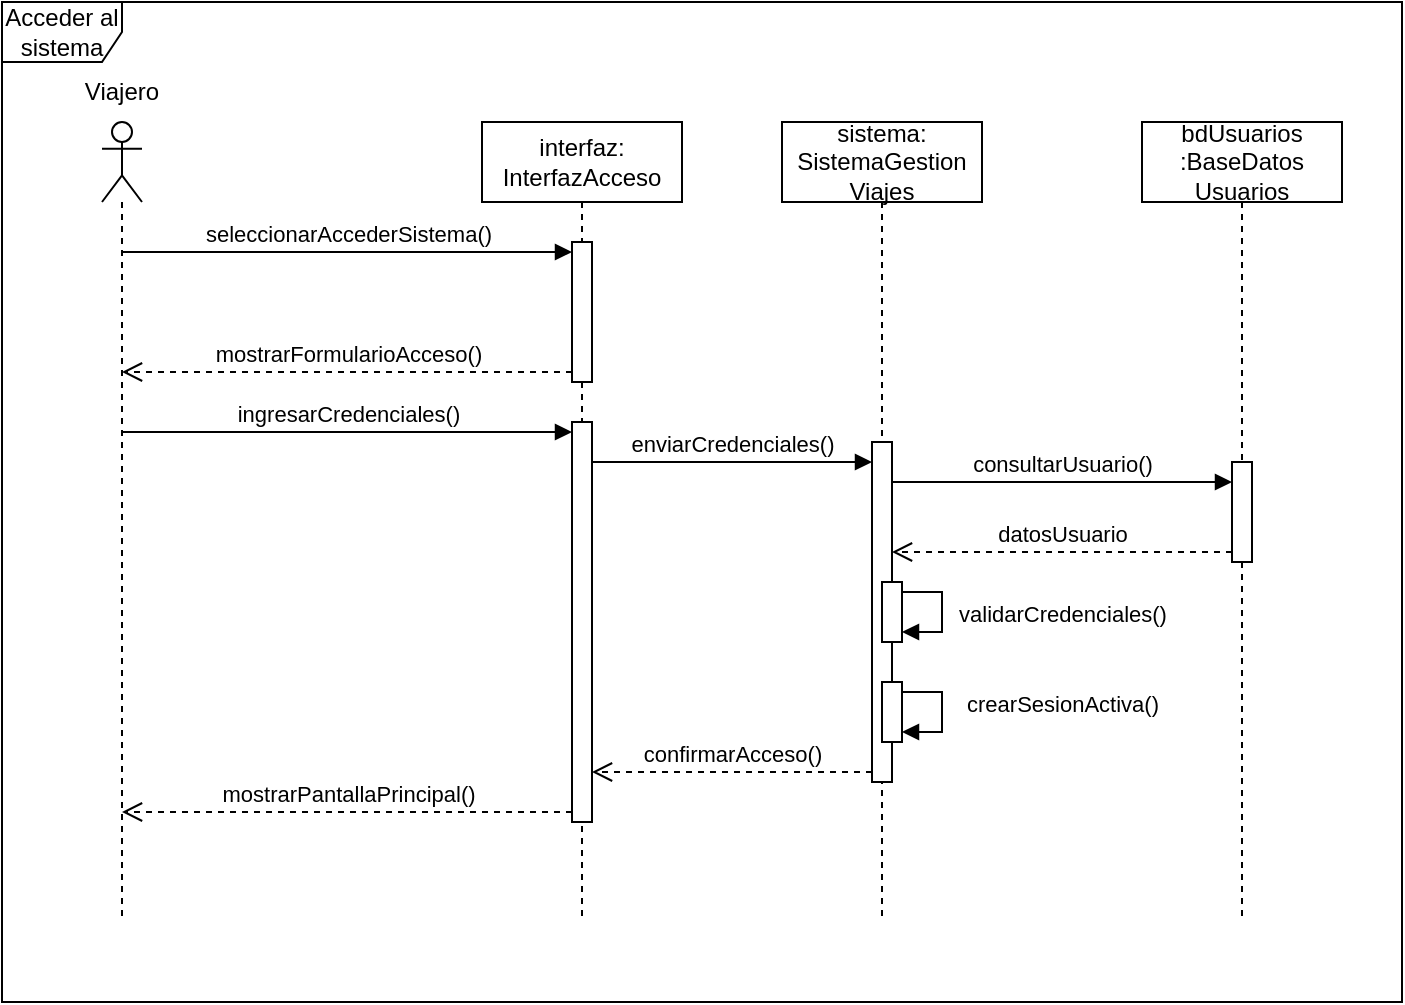
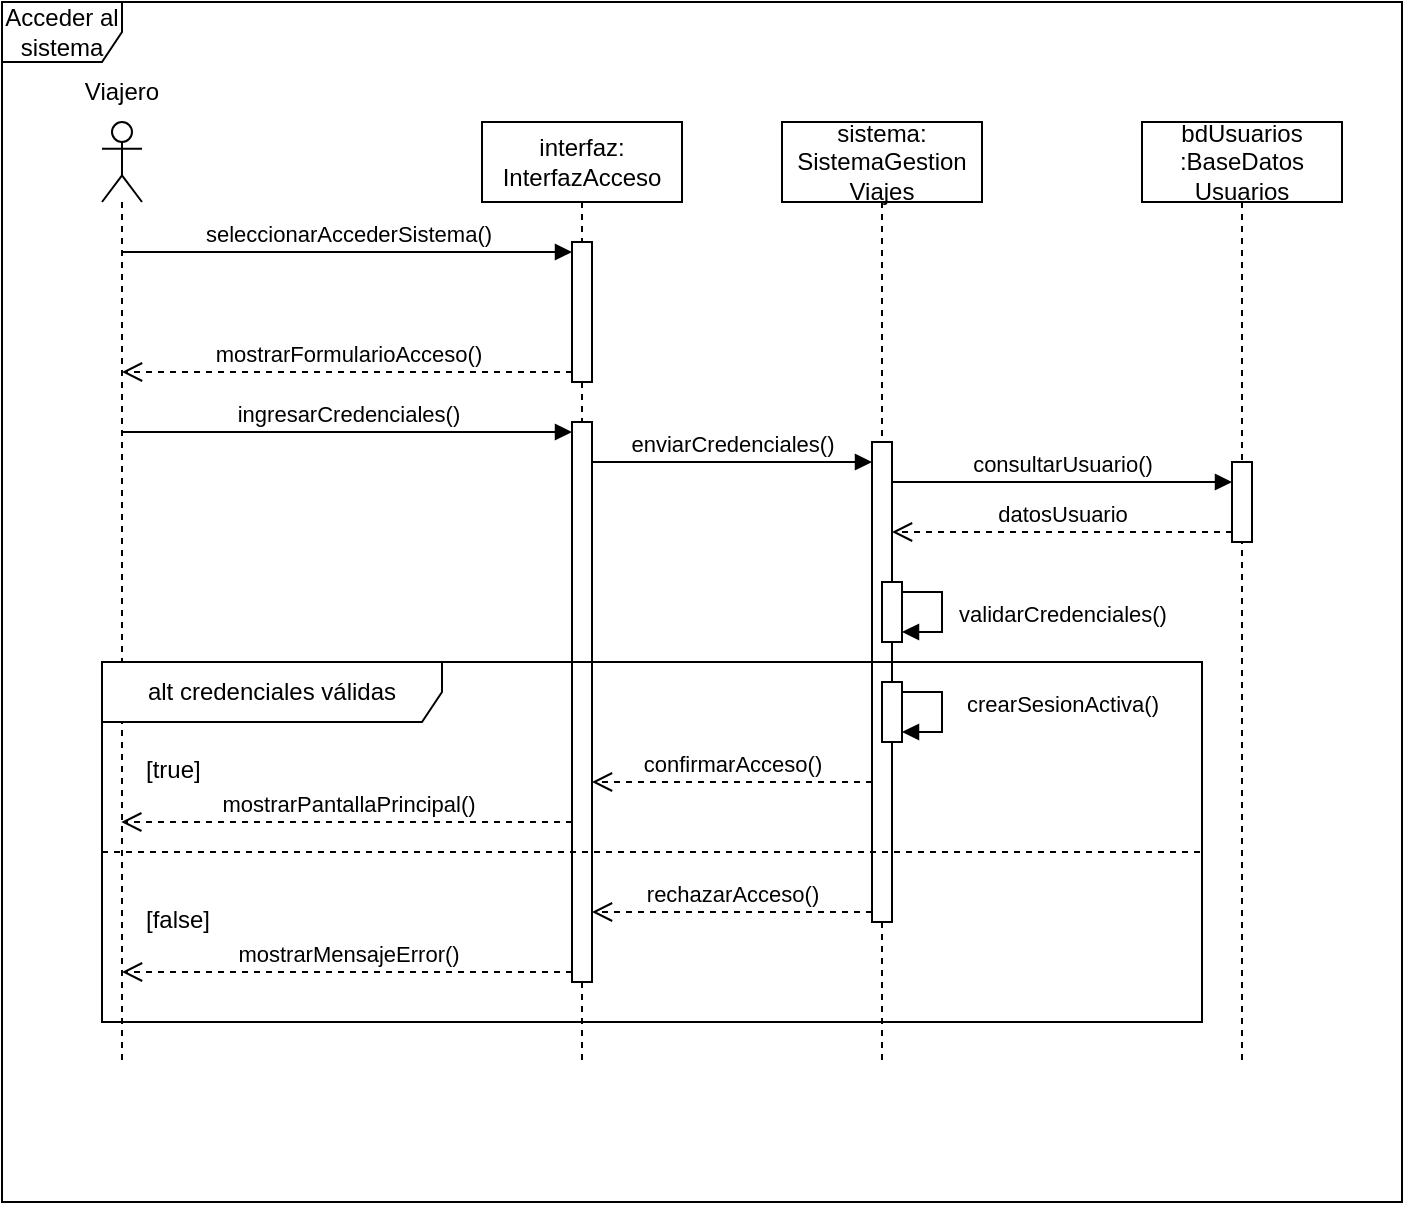
<mxfile host="app.diagrams.net">
  <diagram name="Page-1" id="XoSe4Bvsa1zk3Fma54D0">
-     <mxGraphModel dx="731" dy="512" grid="1" gridSize="10" guides="1" tooltips="1" connect="1" arrows="1" fold="1" page="1" pageScale="1" pageWidth="850" pageHeight="1100" math="0" shadow="0">
+     <mxGraphModel dx="1068" dy="748" grid="1" gridSize="10" guides="1" tooltips="1" connect="1" arrows="1" fold="1" page="1" pageScale="1" pageWidth="850" pageHeight="1100" math="0" shadow="0">
      <root>
        <mxCell id="0" />
        <mxCell id="1" parent="0" />
        <mxCell id="zznDNYEqhcvfvObnSjIi-2" parent="1" style="shape=umlFrame;whiteSpace=wrap;html=1;pointerEvents=0;" value="Acceder al sistema" vertex="1">
-           <mxGeometry height="500" width="700" x="210" y="150" as="geometry" />
+           <mxGeometry height="600" width="700" x="210" y="150" as="geometry" />
        </mxCell>
        <mxCell id="zznDNYEqhcvfvObnSjIi-3" parent="1" style="shape=umlLifeline;perimeter=lifelinePerimeter;whiteSpace=wrap;html=1;container=1;dropTarget=0;collapsible=0;recursiveResize=0;outlineConnect=0;portConstraint=eastwest;newEdgeStyle={&quot;curved&quot;:0,&quot;rounded&quot;:0};participant=umlActor;" value="" vertex="1">
-           <mxGeometry height="400" width="20" x="260" y="210" as="geometry" />
+           <mxGeometry height="470" width="20" x="260" y="210" as="geometry" />
        </mxCell>
        <mxCell id="zznDNYEqhcvfvObnSjIi-5" parent="1" style="shape=umlLifeline;perimeter=lifelinePerimeter;whiteSpace=wrap;html=1;container=1;dropTarget=0;collapsible=0;recursiveResize=0;outlineConnect=0;portConstraint=eastwest;newEdgeStyle={&quot;curved&quot;:0,&quot;rounded&quot;:0};" value="&lt;div&gt;interfaz:&lt;/div&gt;&lt;div&gt;InterfazAcceso&lt;/div&gt;" vertex="1">
-           <mxGeometry height="400" width="100" x="450" y="210" as="geometry" />
+           <mxGeometry height="470" width="100" x="450" y="210" as="geometry" />
        </mxCell>
        <mxCell id="zznDNYEqhcvfvObnSjIi-15" parent="zznDNYEqhcvfvObnSjIi-5" style="html=1;points=[[0,0,0,0,5],[0,1,0,0,-5],[1,0,0,0,5],[1,1,0,0,-5]];perimeter=orthogonalPerimeter;outlineConnect=0;targetShapes=umlLifeline;portConstraint=eastwest;newEdgeStyle={&quot;curved&quot;:0,&quot;rounded&quot;:0};" value="" vertex="1">
          <mxGeometry height="70" width="10" x="45" y="60" as="geometry" />
        </mxCell>
        <mxCell id="zznDNYEqhcvfvObnSjIi-23" parent="zznDNYEqhcvfvObnSjIi-5" style="html=1;points=[[0,0,0,0,5],[0,1,0,0,-5],[1,0,0,0,5],[1,1,0,0,-5]];perimeter=orthogonalPerimeter;outlineConnect=0;targetShapes=umlLifeline;portConstraint=eastwest;newEdgeStyle={&quot;curved&quot;:0,&quot;rounded&quot;:0};" value="" vertex="1">
-           <mxGeometry height="200" width="10" x="45" y="150" as="geometry" />
+           <mxGeometry height="280" width="10" x="45" y="150" as="geometry" />
        </mxCell>
        <mxCell id="zznDNYEqhcvfvObnSjIi-6" parent="1" style="shape=umlLifeline;perimeter=lifelinePerimeter;whiteSpace=wrap;html=1;container=1;dropTarget=0;collapsible=0;recursiveResize=0;outlineConnect=0;portConstraint=eastwest;newEdgeStyle={&quot;curved&quot;:0,&quot;rounded&quot;:0};" value="&lt;div&gt;sistema:&lt;/div&gt;&lt;div&gt;SistemaGestion&lt;/div&gt;&lt;div&gt;Viajes&lt;/div&gt;" vertex="1">
-           <mxGeometry height="400" width="100" x="600" y="210" as="geometry" />
+           <mxGeometry height="470" width="100" x="600" y="210" as="geometry" />
        </mxCell>
        <mxCell id="zznDNYEqhcvfvObnSjIi-26" parent="zznDNYEqhcvfvObnSjIi-6" style="html=1;points=[[0,0,0,0,5],[0,1,0,0,-5],[1,0,0,0,5],[1,1,0,0,-5]];perimeter=orthogonalPerimeter;outlineConnect=0;targetShapes=umlLifeline;portConstraint=eastwest;newEdgeStyle={&quot;curved&quot;:0,&quot;rounded&quot;:0};" value="" vertex="1">
-           <mxGeometry height="170" width="10" x="45" y="160" as="geometry" />
+           <mxGeometry height="240" width="10" x="45" y="160" as="geometry" />
        </mxCell>
        <mxCell id="45dRcC3L5t74qwIQxNL3-1" parent="zznDNYEqhcvfvObnSjIi-6" style="html=1;points=[[0,0,0,0,5],[0,1,0,0,-5],[1,0,0,0,5],[1,1,0,0,-5]];perimeter=orthogonalPerimeter;outlineConnect=0;targetShapes=umlLifeline;portConstraint=eastwest;newEdgeStyle={&quot;curved&quot;:0,&quot;rounded&quot;:0};" value="" vertex="1">
          <mxGeometry height="30" width="10" x="50" y="230" as="geometry" />
        </mxCell>
        <mxCell id="45dRcC3L5t74qwIQxNL3-2" edge="1" parent="zznDNYEqhcvfvObnSjIi-6" source="45dRcC3L5t74qwIQxNL3-1" style="html=1;verticalAlign=bottom;endArrow=block;curved=0;rounded=0;exitX=1;exitY=0;exitDx=0;exitDy=5;exitPerimeter=0;" target="45dRcC3L5t74qwIQxNL3-1" value="validarCredenciales()">
          <mxGeometry relative="1" width="80" x="0.3333" y="-60" as="geometry">
            <mxPoint x="60" y="60" as="offset" />
            <mxPoint x="70" y="250" as="sourcePoint" />
            <mxPoint x="150" y="250" as="targetPoint" />
          </mxGeometry>
        </mxCell>
        <mxCell id="45dRcC3L5t74qwIQxNL3-3" parent="zznDNYEqhcvfvObnSjIi-6" style="html=1;points=[[0,0,0,0,5],[0,1,0,0,-5],[1,0,0,0,5],[1,1,0,0,-5]];perimeter=orthogonalPerimeter;outlineConnect=0;targetShapes=umlLifeline;portConstraint=eastwest;newEdgeStyle={&quot;curved&quot;:0,&quot;rounded&quot;:0};" value="" vertex="1">
          <mxGeometry height="30" width="10" x="50" y="280" as="geometry" />
        </mxCell>
        <mxCell id="45dRcC3L5t74qwIQxNL3-4" edge="1" parent="zznDNYEqhcvfvObnSjIi-6" source="45dRcC3L5t74qwIQxNL3-3" style="html=1;verticalAlign=bottom;endArrow=block;curved=0;rounded=0;entryX=1;entryY=1;entryDx=0;entryDy=-5;entryPerimeter=0;" target="45dRcC3L5t74qwIQxNL3-3" value="crearSesionActiva()">
          <mxGeometry relative="1" width="80" x="0.1667" y="60" as="geometry">
            <mxPoint as="offset" />
            <mxPoint x="30" y="300" as="sourcePoint" />
            <mxPoint x="110" y="300" as="targetPoint" />
          </mxGeometry>
        </mxCell>
        <mxCell id="zznDNYEqhcvfvObnSjIi-7" parent="1" style="shape=umlLifeline;perimeter=lifelinePerimeter;whiteSpace=wrap;html=1;container=1;dropTarget=0;collapsible=0;recursiveResize=0;outlineConnect=0;portConstraint=eastwest;newEdgeStyle={&quot;curved&quot;:0,&quot;rounded&quot;:0};" value="bdUsuarios&lt;div&gt;:BaseDatos&lt;/div&gt;&lt;div&gt;Usuarios&lt;/div&gt;" vertex="1">
-           <mxGeometry height="400" width="100" x="780" y="210" as="geometry" />
+           <mxGeometry height="470" width="100" x="780" y="210" as="geometry" />
        </mxCell>
        <mxCell id="zznDNYEqhcvfvObnSjIi-28" parent="zznDNYEqhcvfvObnSjIi-7" style="html=1;points=[[0,0,0,0,5],[0,1,0,0,-5],[1,0,0,0,5],[1,1,0,0,-5]];perimeter=orthogonalPerimeter;outlineConnect=0;targetShapes=umlLifeline;portConstraint=eastwest;newEdgeStyle={&quot;curved&quot;:0,&quot;rounded&quot;:0};" value="" vertex="1">
-           <mxGeometry height="50" width="10" x="45" y="170" as="geometry" />
+           <mxGeometry height="40" width="10" x="45" y="170" as="geometry" />
        </mxCell>
        <mxCell id="zznDNYEqhcvfvObnSjIi-20" edge="1" parent="1" source="zznDNYEqhcvfvObnSjIi-3" style="html=1;verticalAlign=bottom;endArrow=block;curved=0;rounded=0;entryX=0;entryY=0;entryDx=0;entryDy=5;entryPerimeter=0;" target="zznDNYEqhcvfvObnSjIi-15" value="seleccionarAccederSistema()">
          <mxGeometry relative="1" width="80" as="geometry">
            <mxPoint x="274.9999999999999" y="275" as="sourcePoint" />
            <mxPoint x="410" y="360" as="targetPoint" />
          </mxGeometry>
        </mxCell>
        <mxCell id="zznDNYEqhcvfvObnSjIi-22" edge="1" parent="1" source="zznDNYEqhcvfvObnSjIi-15" style="html=1;verticalAlign=bottom;endArrow=open;dashed=1;endSize=8;curved=0;rounded=0;exitX=0;exitY=1;exitDx=0;exitDy=-5;exitPerimeter=0;" target="zznDNYEqhcvfvObnSjIi-3" value="mostrarFormularioAcceso()">
          <mxGeometry relative="1" as="geometry">
            <mxPoint x="520" y="340" as="sourcePoint" />
            <mxPoint x="274.9999999999999" y="335" as="targetPoint" />
          </mxGeometry>
        </mxCell>
        <mxCell id="zznDNYEqhcvfvObnSjIi-24" edge="1" parent="1" source="zznDNYEqhcvfvObnSjIi-3" style="html=1;verticalAlign=bottom;endArrow=block;curved=0;rounded=0;entryX=0;entryY=0;entryDx=0;entryDy=5;entryPerimeter=0;" target="zznDNYEqhcvfvObnSjIi-23" value="ingresarCredenciales()">
          <mxGeometry relative="1" width="80" as="geometry">
            <mxPoint x="274.9999999999999" y="365" as="sourcePoint" />
            <mxPoint x="490" y="360" as="targetPoint" />
          </mxGeometry>
        </mxCell>
        <mxCell id="zznDNYEqhcvfvObnSjIi-25" edge="1" parent="1" source="zznDNYEqhcvfvObnSjIi-23" style="html=1;verticalAlign=bottom;endArrow=block;curved=0;rounded=0;" value="enviarCredenciales()">
          <mxGeometry relative="1" width="80" as="geometry">
            <mxPoint x="505" y="380" as="sourcePoint" />
            <mxPoint x="645" y="380" as="targetPoint" />
          </mxGeometry>
        </mxCell>
        <mxCell id="zznDNYEqhcvfvObnSjIi-27" edge="1" parent="1" style="html=1;verticalAlign=bottom;endArrow=block;curved=0;rounded=0;" target="zznDNYEqhcvfvObnSjIi-28" value="consultarUsuario()">
          <mxGeometry relative="1" width="80" as="geometry">
            <mxPoint x="655" y="390" as="sourcePoint" />
            <mxPoint x="765" y="390" as="targetPoint" />
          </mxGeometry>
        </mxCell>
        <mxCell id="zznDNYEqhcvfvObnSjIi-29" edge="1" parent="1" source="zznDNYEqhcvfvObnSjIi-28" style="html=1;verticalAlign=bottom;endArrow=open;dashed=1;endSize=8;curved=0;rounded=0;exitX=0;exitY=1;exitDx=0;exitDy=-5;exitPerimeter=0;" target="zznDNYEqhcvfvObnSjIi-26" value="&lt;span&gt;datosUsuario&lt;/span&gt;">
          <mxGeometry relative="1" as="geometry">
            <mxPoint x="620" y="370" as="sourcePoint" />
            <mxPoint x="540" y="370" as="targetPoint" />
          </mxGeometry>
        </mxCell>
-         <mxCell id="45dRcC3L5t74qwIQxNL3-5" edge="1" parent="1" source="zznDNYEqhcvfvObnSjIi-26" style="html=1;verticalAlign=bottom;endArrow=open;dashed=1;endSize=8;curved=0;rounded=0;exitX=0;exitY=1;exitDx=0;exitDy=-5;exitPerimeter=0;" target="zznDNYEqhcvfvObnSjIi-23" value="confirmarAcceso()">
-           <mxGeometry relative="1" as="geometry">
-             <mxPoint x="670" y="500" as="sourcePoint" />
-             <mxPoint x="590" y="500" as="targetPoint" />
+         <mxCell id="45dRcC3L5t74qwIQxNL3-7" parent="1" style="text;html=1;whiteSpace=wrap;strokeColor=none;fillColor=none;align=center;verticalAlign=middle;rounded=0;" value="Viajero" vertex="1">
+           <mxGeometry height="30" width="60" x="240" y="180" as="geometry" />
+         </mxCell>
+         <mxCell id="TmUIBBwxW0E9iePTjsqF-2" parent="1" style="shape=umlFrame;whiteSpace=wrap;html=1;pointerEvents=0;recursiveResize=0;container=1;collapsible=0;width=170;" value="alt credenciales válidas" vertex="1">
+           <mxGeometry height="180" width="550" x="260" y="480" as="geometry" />
+         </mxCell>
+         <mxCell id="TmUIBBwxW0E9iePTjsqF-3" parent="TmUIBBwxW0E9iePTjsqF-2" style="text;html=1;" value="[true]" vertex="1">
+           <mxGeometry height="20" relative="1" width="100" as="geometry">
+             <mxPoint x="20" y="40" as="offset" />
          </mxGeometry>
        </mxCell>
-         <mxCell id="45dRcC3L5t74qwIQxNL3-6" edge="1" parent="1" source="zznDNYEqhcvfvObnSjIi-23" style="html=1;verticalAlign=bottom;endArrow=open;dashed=1;endSize=8;curved=0;rounded=0;exitX=0;exitY=1;exitDx=0;exitDy=-5;exitPerimeter=0;" target="zznDNYEqhcvfvObnSjIi-3" value="mostrarPantallaPrincipal()">
+         <mxCell id="TmUIBBwxW0E9iePTjsqF-4" parent="TmUIBBwxW0E9iePTjsqF-2" style="line;strokeWidth=1;dashed=1;labelPosition=center;verticalLabelPosition=bottom;align=left;verticalAlign=top;spacingLeft=20;spacingTop=15;html=1;whiteSpace=wrap;" value="[false]" vertex="1">
+           <mxGeometry height="10" width="550" y="90" as="geometry" />
+         </mxCell>
+         <mxCell id="45dRcC3L5t74qwIQxNL3-6" edge="1" parent="TmUIBBwxW0E9iePTjsqF-2" style="html=1;verticalAlign=bottom;endArrow=open;dashed=1;endSize=8;curved=0;rounded=0;exitX=0;exitY=1;exitDx=0;exitDy=-5;exitPerimeter=0;" value="mostrarPantallaPrincipal()">
          <mxGeometry relative="1" as="geometry">
-             <mxPoint x="470" y="470" as="sourcePoint" />
-             <mxPoint x="274.9999999999999" y="555" as="targetPoint" />
+             <mxPoint x="235" y="79.99999999999989" as="sourcePoint" />
+             <mxPoint x="9.630434782608745" y="79.99999999999989" as="targetPoint" />
          </mxGeometry>
        </mxCell>
-         <mxCell id="45dRcC3L5t74qwIQxNL3-7" parent="1" style="text;html=1;whiteSpace=wrap;strokeColor=none;fillColor=none;align=center;verticalAlign=middle;rounded=0;" value="Viajero" vertex="1">
-           <mxGeometry height="30" width="60" x="240" y="180" as="geometry" />
+         <mxCell id="45dRcC3L5t74qwIQxNL3-5" edge="1" parent="TmUIBBwxW0E9iePTjsqF-2" style="html=1;verticalAlign=bottom;endArrow=open;dashed=1;endSize=8;curved=0;rounded=0;" value="confirmarAcceso()">
+           <mxGeometry relative="1" as="geometry">
+             <Array as="points">
+               <mxPoint x="370" y="60" />
+             </Array>
+             <mxPoint x="385" y="59.999999999999886" as="sourcePoint" />
+             <mxPoint x="245" y="59.999999999999886" as="targetPoint" />
+           </mxGeometry>
+         </mxCell>
+         <mxCell id="TmUIBBwxW0E9iePTjsqF-6" edge="1" parent="1" source="zznDNYEqhcvfvObnSjIi-26" style="html=1;verticalAlign=bottom;endArrow=open;dashed=1;endSize=8;curved=0;rounded=0;exitX=0;exitY=1;exitDx=0;exitDy=-5;exitPerimeter=0;" target="zznDNYEqhcvfvObnSjIi-23" value="rechazarAcceso()">
+           <mxGeometry relative="1" as="geometry">
+             <mxPoint x="560" y="540" as="sourcePoint" />
+             <mxPoint x="480" y="540" as="targetPoint" />
+           </mxGeometry>
+         </mxCell>
+         <mxCell id="TmUIBBwxW0E9iePTjsqF-7" edge="1" parent="1" source="zznDNYEqhcvfvObnSjIi-23" style="html=1;verticalAlign=bottom;endArrow=open;dashed=1;endSize=8;curved=0;rounded=0;exitX=0;exitY=1;exitDx=0;exitDy=-5;exitPerimeter=0;" target="zznDNYEqhcvfvObnSjIi-3" value="mostrarMensajeError()">
+           <mxGeometry relative="1" as="geometry">
+             <mxPoint x="500" y="590" as="sourcePoint" />
+             <mxPoint x="420" y="590" as="targetPoint" />
+           </mxGeometry>
        </mxCell>
      </root>
    </mxGraphModel>
  </diagram>
</mxfile>
